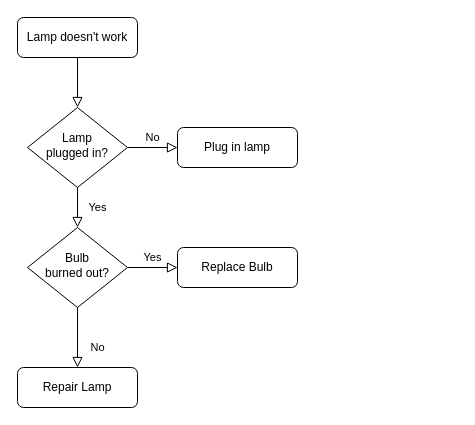
Above: Untitled Diagram.drawio in chekuin7/ACcamp (draw.io), before the change. Source tidied: cells renumbered, new cells numbered last; positions are measured from the earlier drawing's top-left corner, leaving out a move shared by most shapes. Both pictures are drawn from the tidied source at 100%, with x=0, y=0 at pixel (17, 17).
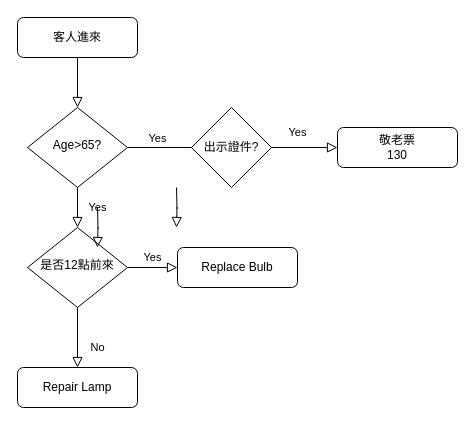
After the change.

Diff of the diagram source:
```diff
@@
 <mxGraphModel>
   <root>
     <mxCell id="0" />
     <mxCell id="1" parent="0" />
     <mxCell id="2" style="rounded=0;html=1;jettySize=auto;fontSize=11;endArrow=block;endFill=0;endSize=8;strokeWidth=1;shadow=0;labelBackgroundColor=none;edgeStyle=orthogonalEdgeStyle;" parent="1" edge="1" source="3" target="6">
       <mxGeometry relative="1" as="geometry" />
     </mxCell>
-    <mxCell id="3" value="Lamp doesn't work" style="rounded=1;whiteSpace=wrap;html=1;fontSize=12;glass=0;strokeWidth=1;shadow=0;" parent="1" vertex="1">
+    <mxCell id="3" value="客人進來" style="rounded=1;whiteSpace=wrap;html=1;fontSize=12;glass=0;strokeWidth=1;shadow=0;" parent="1" vertex="1">
       <mxGeometry width="120" height="40" as="geometry" />
     </mxCell>
     <mxCell id="4" value="Yes" style="rounded=0;html=1;jettySize=auto;fontSize=11;endArrow=block;endFill=0;endSize=8;strokeWidth=1;shadow=0;labelBackgroundColor=none;edgeStyle=orthogonalEdgeStyle;" parent="1" edge="1" source="6" target="10">
       <mxGeometry y="20" relative="1" as="geometry" />
     </mxCell>
     <mxCell id="5" value="No" style="edgeStyle=orthogonalEdgeStyle;rounded=0;html=1;jettySize=auto;fontSize=11;endArrow=block;endFill=0;endSize=8;strokeWidth=1;shadow=0;labelBackgroundColor=none;" parent="1" edge="1" source="6" target="7">
       <mxGeometry y="10" relative="1" as="geometry" />
     </mxCell>
-    <mxCell id="6" value="Lamp&lt;br&gt;plugged in?" style="rhombus;whiteSpace=wrap;html=1;shadow=0;fontFamily=Helvetica;fontSize=12;align=center;strokeWidth=1;spacing=6;spacingTop=-4;" parent="1" vertex="1">
+    <mxCell id="6" value="Age&amp;gt;65?" style="rhombus;whiteSpace=wrap;html=1;shadow=0;fontFamily=Helvetica;fontSize=12;align=center;strokeWidth=1;spacing=6;spacingTop=-4;" parent="1" vertex="1">
       <mxGeometry x="10" y="90" width="100" height="80" as="geometry" />
     </mxCell>
-    <mxCell id="7" value="Plug in lamp" style="rounded=1;whiteSpace=wrap;html=1;fontSize=12;glass=0;strokeWidth=1;shadow=0;" parent="1" vertex="1">
-      <mxGeometry x="160" y="110" width="120" height="40" as="geometry" />
+    <mxCell id="7" value="&lt;div&gt;敬老票&lt;/div&gt;&lt;div&gt;130&lt;/div&gt;" style="rounded=1;whiteSpace=wrap;html=1;fontSize=12;glass=0;strokeWidth=1;shadow=0;" parent="1" vertex="1">
+      <mxGeometry x="320" y="110" width="120" height="40" as="geometry" />
     </mxCell>
     <mxCell id="8" value="No" style="rounded=0;html=1;jettySize=auto;fontSize=11;endArrow=block;endFill=0;endSize=8;strokeWidth=1;shadow=0;labelBackgroundColor=none;edgeStyle=orthogonalEdgeStyle;" parent="1" edge="1" source="10" target="11">
       <mxGeometry x="0.33" y="20" relative="1" as="geometry" />
     </mxCell>
     <mxCell id="9" value="Yes" style="edgeStyle=orthogonalEdgeStyle;rounded=0;html=1;jettySize=auto;fontSize=11;endArrow=block;endFill=0;endSize=8;strokeWidth=1;shadow=0;labelBackgroundColor=none;" parent="1" edge="1" source="10" target="12">
       <mxGeometry y="10" relative="1" as="geometry" />
     </mxCell>
-    <mxCell id="10" value="Bulb&lt;br&gt;burned out?" style="rhombus;whiteSpace=wrap;html=1;shadow=0;fontFamily=Helvetica;fontSize=12;align=center;strokeWidth=1;spacing=6;spacingTop=-4;" parent="1" vertex="1">
+    <mxCell id="10" value="是否12點前來" style="rhombus;whiteSpace=wrap;html=1;shadow=0;fontFamily=Helvetica;fontSize=12;align=center;strokeWidth=1;spacing=6;spacingTop=-4;" parent="1" vertex="1">
       <mxGeometry x="10" y="210" width="100" height="80" as="geometry" />
     </mxCell>
     <mxCell id="11" value="Repair Lamp" style="rounded=1;whiteSpace=wrap;html=1;fontSize=12;glass=0;strokeWidth=1;shadow=0;" parent="1" vertex="1">
       <mxGeometry y="350" width="120" height="40" as="geometry" />
     </mxCell>
     <mxCell id="12" value="Replace Bulb" style="rounded=1;whiteSpace=wrap;html=1;fontSize=12;glass=0;strokeWidth=1;shadow=0;" parent="1" vertex="1">
       <mxGeometry x="160" y="230" width="120" height="40" as="geometry" />
     </mxCell>
+    <mxCell id="13" value="出示證件?" style="rhombus;whiteSpace=wrap;html=1;" parent="1" vertex="1">
+      <mxGeometry x="174" y="90" width="80" height="80" as="geometry" />
+    </mxCell>
+    <mxCell id="14" value="Yes" style="rounded=0;html=1;jettySize=auto;orthogonalLoop=1;fontSize=11;endArrow=block;endFill=0;endSize=8;strokeWidth=1;shadow=0;labelBackgroundColor=none;edgeStyle=orthogonalEdgeStyle;" parent="1" edge="1">
+      <mxGeometry x="-1" y="-53" relative="1" as="geometry">
+        <mxPoint x="159" y="170" as="sourcePoint" />
+        <mxPoint x="159" y="210" as="targetPoint" />
+        <mxPoint x="34" y="-50" as="offset" />
+      </mxGeometry>
+    </mxCell>
+    <mxCell id="15" value="Yes" style="rounded=0;html=1;jettySize=auto;orthogonalLoop=1;fontSize=11;endArrow=block;endFill=0;endSize=8;strokeWidth=1;shadow=0;labelBackgroundColor=none;edgeStyle=orthogonalEdgeStyle;" parent="1" edge="1">
+      <mxGeometry x="-1" y="212" relative="1" as="geometry">
+        <mxPoint x="80" y="190" as="sourcePoint" />
+        <mxPoint x="80" y="230" as="targetPoint" />
+        <mxPoint x="-12" y="-70" as="offset" />
+      </mxGeometry>
+    </mxCell>
   </root>
 </mxGraphModel>
```
